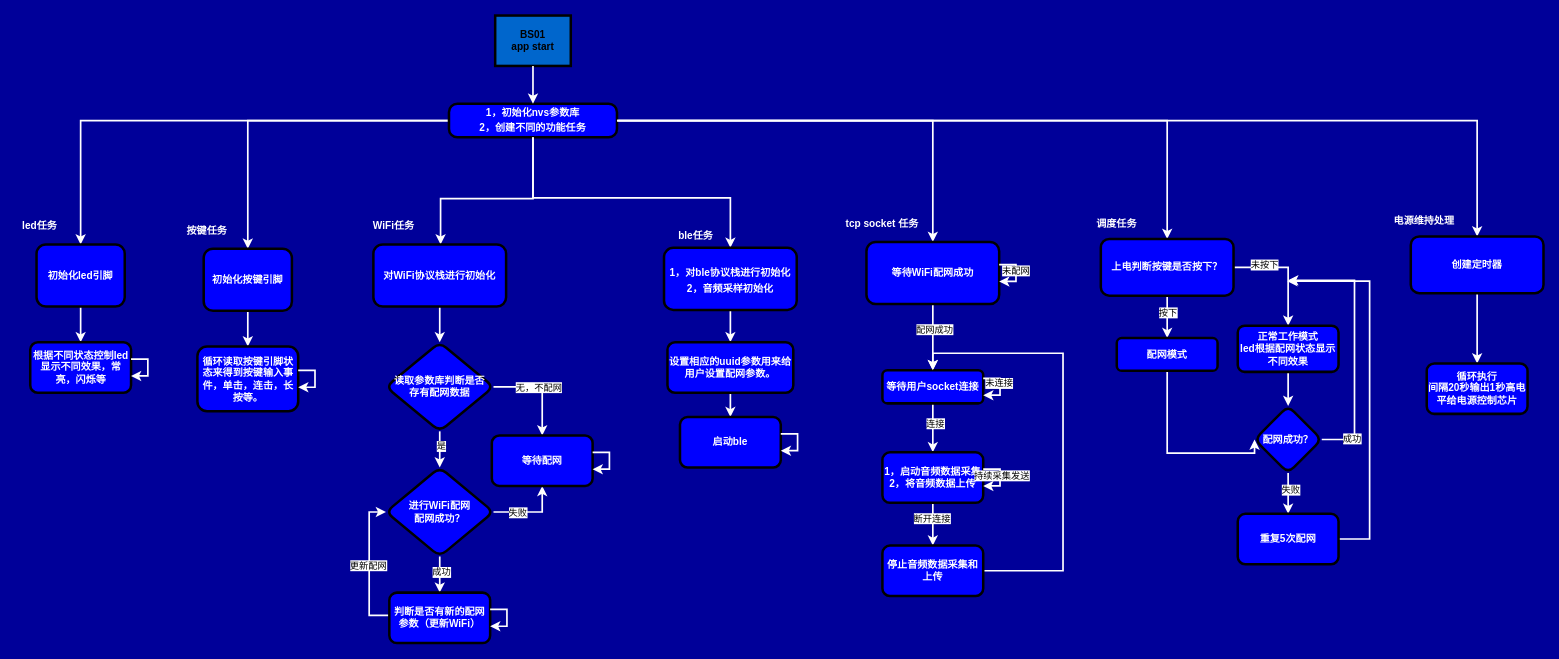
This is draw_io_for_work/smart_plug.drawio from doctor1cong/draw_flow_chart, a draw.io file, before an edit. Source tidied: cells renumbered, new cells numbered last; positions are measured from the earlier drawing's top-left corner, leaving out a move shared by most shapes. Both pictures are drawn from the tidied source at 84%, with x=0, y=0 at pixel (14, 15).
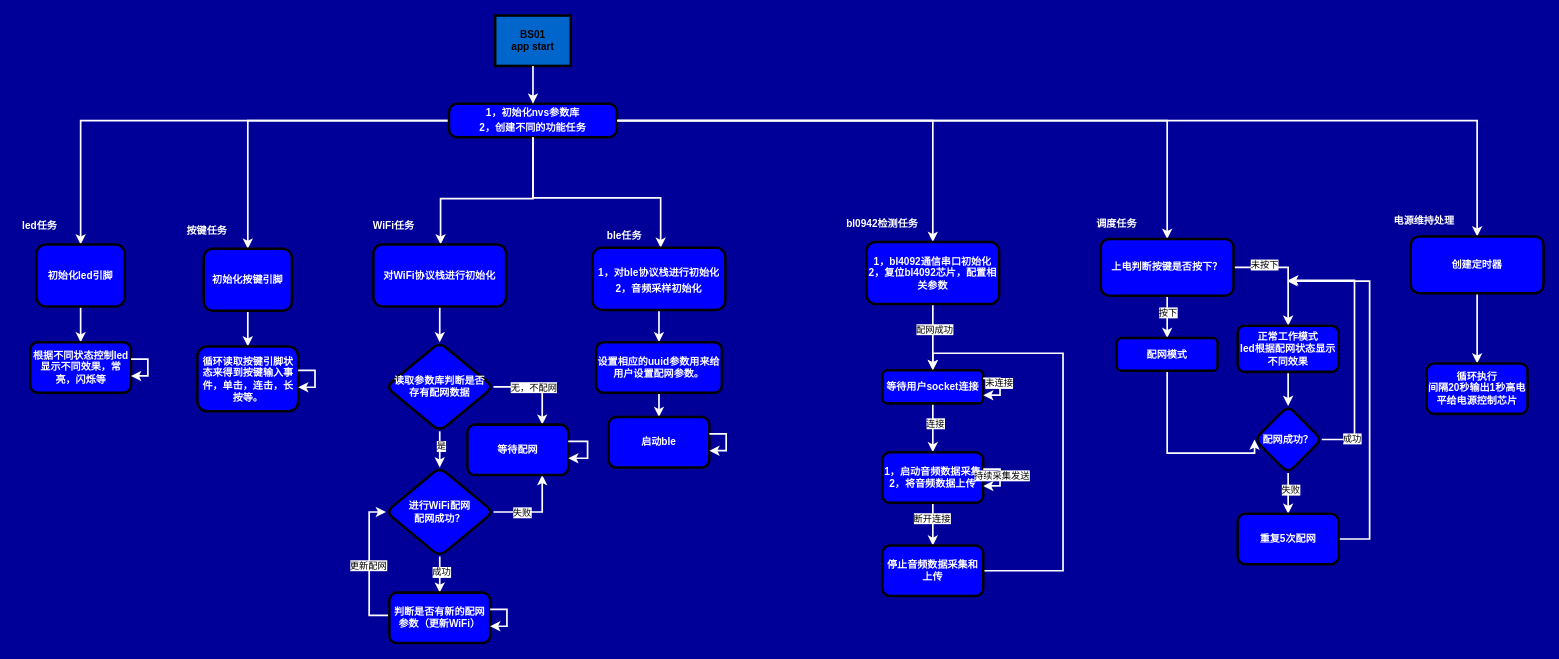
After the change.

The change refers to these unchanged cells:
```xml
<mxCell id="5" value="&lt;p style=&quot;margin: 4px 0px 0px;&quot;&gt;&lt;span style=&quot;color: rgb(255, 255, 255);&quot;&gt;1，初始化nvs参数库&lt;/span&gt;&lt;br&gt;&lt;/p&gt;&lt;p style=&quot;margin: 4px 0px 0px;&quot;&gt;&lt;span style=&quot;color: rgb(255, 255, 255);&quot;&gt;2，创建不同的功能任务&lt;/span&gt;&lt;/p&gt;&lt;p style=&quot;margin: 4px 0px 0px;&quot;&gt;&lt;span style=&quot;color: rgb(255, 255, 255);&quot;&gt;&lt;br&gt;&lt;/span&gt;&lt;/p&gt;" style="verticalAlign=middle;align=center;overflow=fill;fontSize=12;fontFamily=Helvetica;html=1;rounded=1;fontStyle=1;strokeWidth=3;fillColor=#0000FF;arcSize=25;" parent="1" vertex="1">
  <mxGeometry x="517" y="105" width="200" height="40" as="geometry" />
</mxCell>
```

What changed in the source:
```diff
@@
-    <mxCell id="15" style="edgeStyle=orthogonalEdgeStyle;rounded=0;jettySize=auto;html=1;strokeColor=#FFFFFF;strokeWidth=2;entryX=0.5;entryY=0;entryDx=0;entryDy=0;" parent="1" edge="1" source="5" target="17">
+    <mxCell id="15" style="edgeStyle=orthogonalEdgeStyle;rounded=0;jettySize=auto;html=1;strokeColor=#FFFFFF;strokeWidth=2;" parent="1" edge="1" source="5" target="17">
       <mxGeometry relative="1" as="geometry">
         <Array as="points">
           <mxPoint x="617" y="217" />
-          <mxPoint x="852" y="217" />
+          <mxPoint x="769" y="217" />
         </Array>
       </mxGeometry>
     </mxCell>
@@
     <mxCell id="17" value="&lt;p style=&quot;color: rgb(0, 0, 0); text-wrap: nowrap; margin: 4px 0px 0px;&quot;&gt;&lt;span style=&quot;color: rgb(255, 255, 255); text-wrap: wrap;&quot;&gt;1，对ble协议栈进行初始化&lt;/span&gt;&lt;/p&gt;&lt;p style=&quot;color: rgb(0, 0, 0); text-wrap: nowrap; margin: 4px 0px 0px;&quot;&gt;&lt;span style=&quot;color: rgb(255, 255, 255); text-wrap: wrap;&quot;&gt;2，音频采样初始化&lt;/span&gt;&lt;/p&gt;" style="whiteSpace=wrap;html=1;fillColor=#0000FF;rounded=1;fontStyle=1;strokeWidth=3;fontColor=#FFFFFF;" parent="1" vertex="1">
-      <mxGeometry x="773" y="276.5" width="158" height="74" as="geometry" />
+      <mxGeometry x="688" y="276.5" width="158" height="74" as="geometry" />
     </mxCell>
     <mxCell id="18" value="ble任务" style="text;strokeColor=none;align=center;fillColor=none;html=1;verticalAlign=middle;whiteSpace=wrap;rounded=0;fontFamily=Helvetica;fontSize=12;fontColor=#FFFFFF;fontStyle=1;" parent="1" vertex="1">
-      <mxGeometry x="781" y="246.5" width="60" height="30" as="geometry" />
+      <mxGeometry x="696" y="246.5" width="60" height="30" as="geometry" />
     </mxCell>
@@
-    <mxCell id="22" value="等待WiFi配网成功" style="whiteSpace=wrap;html=1;fillColor=#0000FF;rounded=1;fontStyle=1;strokeWidth=3;fontColor=#FFFFFF;" parent="1" vertex="1">
+    <mxCell id="22" value="1，bl4092通信串口初始化&lt;div&gt;2，复位bl4092芯片，配置相关参数&lt;/div&gt;" style="whiteSpace=wrap;html=1;fillColor=#0000FF;rounded=1;fontStyle=1;strokeWidth=3;fontColor=#FFFFFF;" parent="1" vertex="1">
       <mxGeometry x="1014" y="269.5" width="158" height="74" as="geometry" />
     </mxCell>
-    <mxCell id="23" value="tcp socket 任务" style="text;strokeColor=none;align=center;fillColor=none;html=1;verticalAlign=middle;whiteSpace=wrap;rounded=0;fontFamily=Helvetica;fontSize=12;fontColor=#FFFFFF;fontStyle=1;" parent="1" vertex="1">
+    <mxCell id="23" value="bl0942检测任务" style="text;strokeColor=none;align=center;fillColor=none;html=1;verticalAlign=middle;whiteSpace=wrap;rounded=0;fontFamily=Helvetica;fontSize=12;fontColor=#FFFFFF;fontStyle=1;" parent="1" vertex="1">
       <mxGeometry x="985" y="233" width="96" height="30" as="geometry" />
     </mxCell>
@@
     <mxCell id="36" value="设置相应的uuid参数用来给用户设置配网参数。" style="whiteSpace=wrap;html=1;fillColor=#0000FF;fontColor=#FFFFFF;rounded=1;fontStyle=1;strokeWidth=3;" parent="1" vertex="1">
-      <mxGeometry x="777.1" y="389" width="149.8" height="60" as="geometry" />
+      <mxGeometry x="692.1" y="389" width="149.8" height="60" as="geometry" />
     </mxCell>
     <mxCell id="37" value="启动ble" style="whiteSpace=wrap;html=1;fillColor=#0000FF;fontColor=#FFFFFF;rounded=1;fontStyle=1;strokeWidth=3;" parent="1" vertex="1">
-      <mxGeometry x="792" y="478" width="120" height="60" as="geometry" />
+      <mxGeometry x="707" y="478" width="120" height="60" as="geometry" />
     </mxCell>
@@
-    <mxCell id="39" style="edgeStyle=orthogonalEdgeStyle;shape=connector;rounded=0;orthogonalLoop=1;jettySize=auto;html=1;strokeColor=#FFFFFF;strokeWidth=2;align=center;verticalAlign=middle;fontFamily=Helvetica;fontSize=11;fontColor=default;labelBackgroundColor=default;endArrow=classic;elbow=vertical;" parent="1" edge="1" source="22" target="22">
-      <mxGeometry relative="1" as="geometry" />
-    </mxCell>
-    <mxCell id="40" value="未配网" style="edgeLabel;html=1;align=center;verticalAlign=middle;fontFamily=Helvetica;fontSize=11;fontColor=default;labelBackgroundColor=default;" parent="39" vertex="1">
-      <mxGeometry x="-0.1" y="-1" relative="1" as="geometry" />
-    </mxCell>
@@
     <mxCell id="49" value="等待配网" style="whiteSpace=wrap;html=1;fillColor=#0000FF;fontColor=#FFFFFF;rounded=1;fontStyle=1;strokeWidth=3;" parent="1" vertex="1">
-      <mxGeometry x="568" y="500" width="120" height="60" as="geometry" />
+      <mxGeometry x="539" y="487" width="120" height="60" as="geometry" />
     </mxCell>
     <mxCell id="50" style="edgeStyle=orthogonalEdgeStyle;shape=connector;rounded=0;orthogonalLoop=1;jettySize=auto;html=1;strokeColor=#FFFFFF;strokeWidth=2;align=center;verticalAlign=middle;fontFamily=Helvetica;fontSize=11;fontColor=default;labelBackgroundColor=default;endArrow=classic;" parent="1" edge="1" source="49" target="49">
-      <mxGeometry relative="1" as="geometry" />
+      <mxGeometry relative="1" as="geometry">
+        <Array as="points">
+          <mxPoint x="682" y="520" />
+        </Array>
+      </mxGeometry>
     </mxCell>
```
